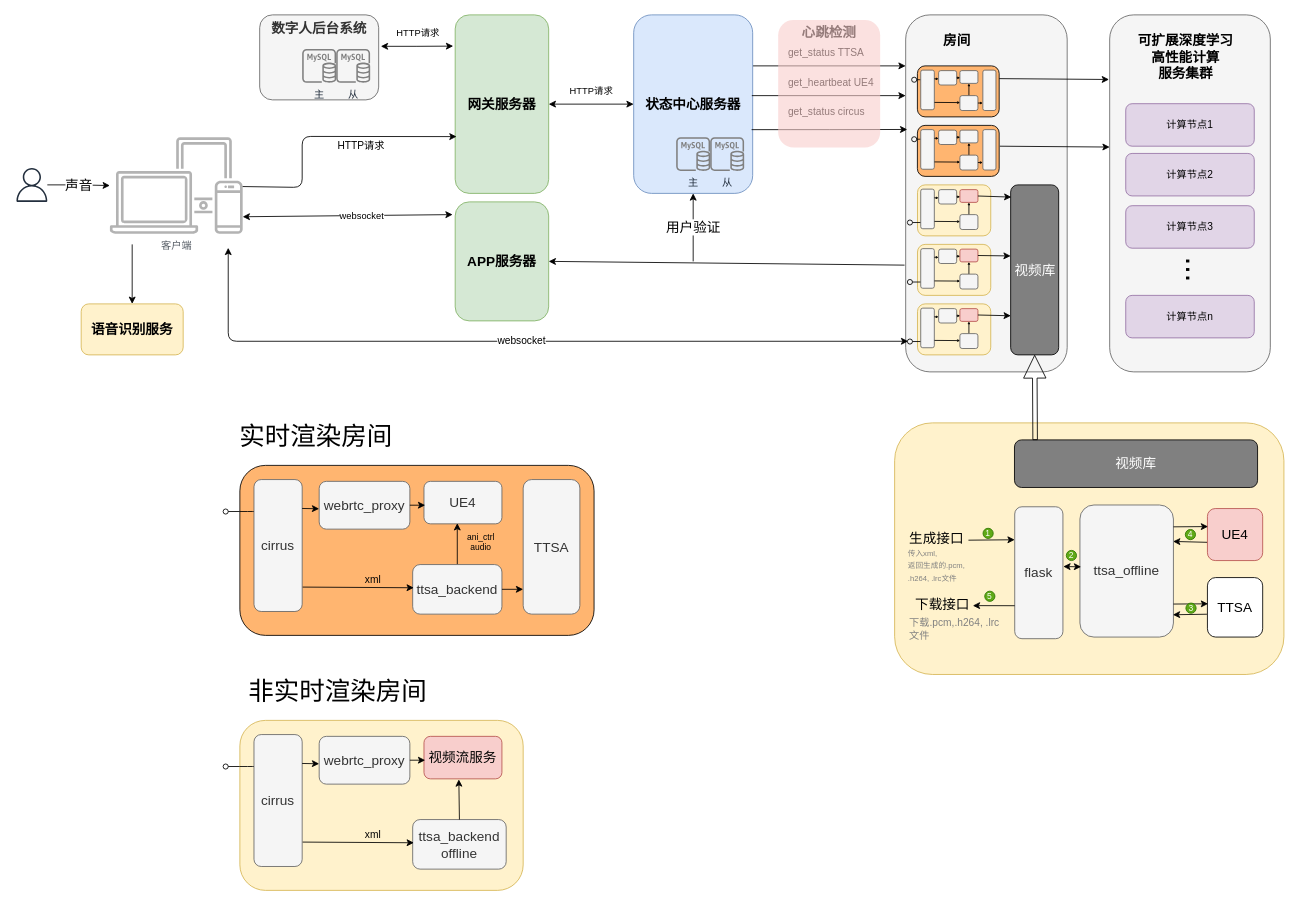
The draw.io diagram page "Page-4" (4 of 4) of assets/drawio/ttsa.drawio in atanx/atanx.github.io, before the edit. Source tidied: cells renumbered, new cells numbered last; positions are measured from the earlier drawing's top-left corner, leaving out a move shared by most shapes. Both pictures are drawn from the tidied source at 85%, with x=0, y=0 at pixel (14, 14).
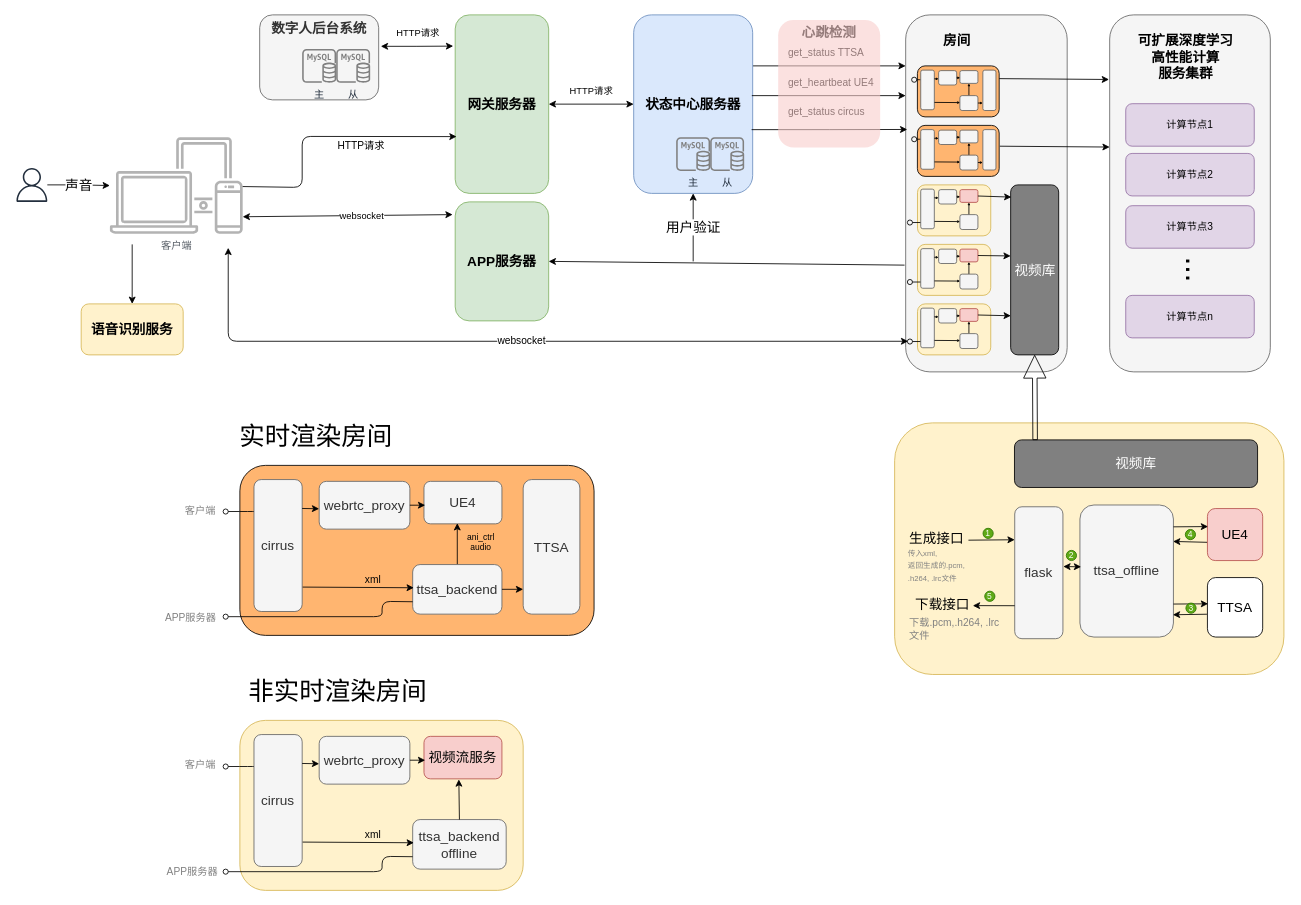
The same page after the edit.

The change refers to these unchanged cells:
```xml
<mxCell id="103" style="group;" parent="1" vertex="1">
  <mxGeometry x="248" y="790" width="350" height="240" as="geometry" />
</mxCell>
<mxCell id="116" style="group;" parent="1" vertex="1">
  <mxGeometry x="248" y="480" width="433.3" height="250" as="geometry" />
</mxCell>
<mxCell id="123" value="ttsa_backend" style="rounded=1;whiteSpace=wrap;html=1;strokeColor=#666666;fillColor=#f5f5f5;fontSize=16;fontColor=#333333;" parent="116" vertex="1">
  <mxGeometry x="220" y="166.7" width="105" height="58.3" as="geometry" />
</mxCell>
```

Change to the diagram source:
```diff
@@
+    <mxCell id="159" style="endArrow=oval;html=1;strokeWidth=1;fontSize=12;fontColor=#808080;exitX=0;exitY=0.75;exitDx=0;exitDy=0;endFill=0;" parent="103" edge="1">
+      <mxGeometry relative="1" as="geometry">
+        <mxPoint x="220" y="200.4" as="sourcePoint" />
+        <mxPoint y="218" as="targetPoint" />
+        <Array as="points">
+          <mxPoint x="184" y="200" />
+          <mxPoint x="184" y="218" />
+        </Array>
+      </mxGeometry>
+    </mxCell>
@@
+    <mxCell id="160" style="endArrow=oval;html=1;strokeWidth=1;fontSize=12;fontColor=#808080;exitX=0;exitY=0.75;exitDx=0;exitDy=0;endFill=0;" parent="116" edge="1" source="123">
+      <mxGeometry relative="1" as="geometry">
+        <mxPoint y="228" as="targetPoint" />
+        <Array as="points">
+          <mxPoint x="184" y="210" />
+          <mxPoint x="184" y="228" />
+        </Array>
+      </mxGeometry>
+    </mxCell>
@@
+    <mxCell id="161" value="APP服务器" style="text;html=1;strokeColor=none;fillColor=none;align=center;verticalAlign=middle;whiteSpace=wrap;rounded=0;fontSize=12;fontColor=#808080;" parent="1" vertex="1">
+      <mxGeometry x="178" y="998" width="62" height="20" as="geometry" />
+    </mxCell>
+    <mxCell id="162" value="客户端" style="text;html=1;strokeColor=none;fillColor=none;align=center;verticalAlign=middle;whiteSpace=wrap;rounded=0;fontSize=12;fontColor=#808080;" parent="1" vertex="1">
+      <mxGeometry x="194" y="872" width="49" height="20" as="geometry" />
+    </mxCell>
+    <mxCell id="163" value="客户端" style="text;html=1;strokeColor=none;fillColor=none;align=center;verticalAlign=middle;whiteSpace=wrap;rounded=0;fontSize=12;fontColor=#808080;" parent="1" vertex="1">
+      <mxGeometry x="194" y="574" width="49" height="20" as="geometry" />
+    </mxCell>
+    <mxCell id="164" value="APP服务器" style="text;html=1;strokeColor=none;fillColor=none;align=center;verticalAlign=middle;whiteSpace=wrap;rounded=0;fontSize=12;fontColor=#808080;" parent="1" vertex="1">
+      <mxGeometry x="176" y="700" width="62" height="20" as="geometry" />
+    </mxCell>
```
